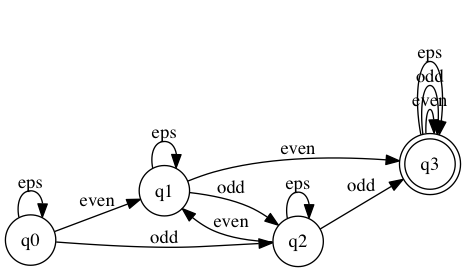
Before: spec.dot.png, a diagram exported from Graphviz (sdierauf/automata-and-languages-lab2). Its source is kept beside it as spec.dot.
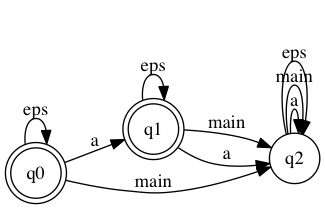
Above is the later version.

The edit, as a diff of the source:
```diff
@@ -1,17 +1,14 @@
 digraph finite_state_machine {
 	rankdir=LR;
-	node [shape = doublecircle]; q3
+	node [shape = doublecircle]; q0; q1
 	 node [shape = circle];
 	q0 -> q0 [ label = "eps"];
-	q0 -> q1 [ label = "even"];
+	q0 -> q1 [ label = "a"];
+	q0 -> q2 [ label = "main"];
+	q1 -> q2 [ label = "main"];
+	q1 -> q2 [ label = "a"];
+	q2 -> q2 [ label = "a"];
+	q2 -> q2 [ label = "main"];
+	q2 -> q2 [ label = "eps"];
 	q1 -> q1 [ label = "eps"];
-	q1 -> q3 [ label = "even"];
-	q3 -> q3 [ label = "even"];
-	q3 -> q3 [ label = "odd"];
-	q3 -> q3 [ label = "eps"];
-	q1 -> q2 [ label = "odd"];
-	q0 -> q2 [ label = "odd"];
-	q2 -> q3 [ label = "odd"];
-	q2 -> q2 [ label = "eps"];
-	q2 -> q1 [ label = "even"];
 }
```
